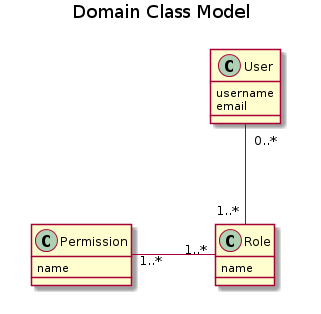
Before: doc/worg/images/gsoc/2012/bugpile/domain-class-uml.png, a diagram exported from PlantUML (bzg/bugpile). Source of this version:
```plantuml
@startuml
title Domain Class Model
User : username\nemail
Role : name
Permission : name
User "             0..*" -down- "1..*           " Role
Role "1..*" -left- "1..*" Permission
@enduml
```
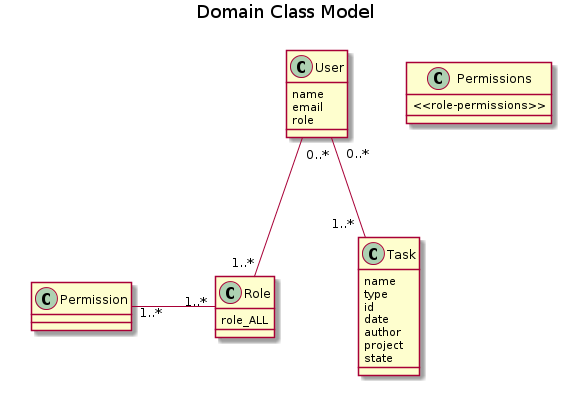
The same file after the commit.

Commit message:
i.org tutorial on worg: transformation rules for SOA and complex system activities written.

What changed in the source:
```diff
@@ -1,8 +1,13 @@
 @startuml
 title Domain Class Model
-User : username\nemail
-Role : name
-Permission : name
+User : name\nemail\nrole
+Role : role_ALL
+Permissions : <<role-permissions>>
+Task : name\ntype\nid\ndate\nauthor\nproject\nstate
+
 User "             0..*" -down- "1..*           " Role
 Role "1..*" -left- "1..*" Permission
+User "             0..*" -down- "1..*           " Task
+
+
 @enduml
```
